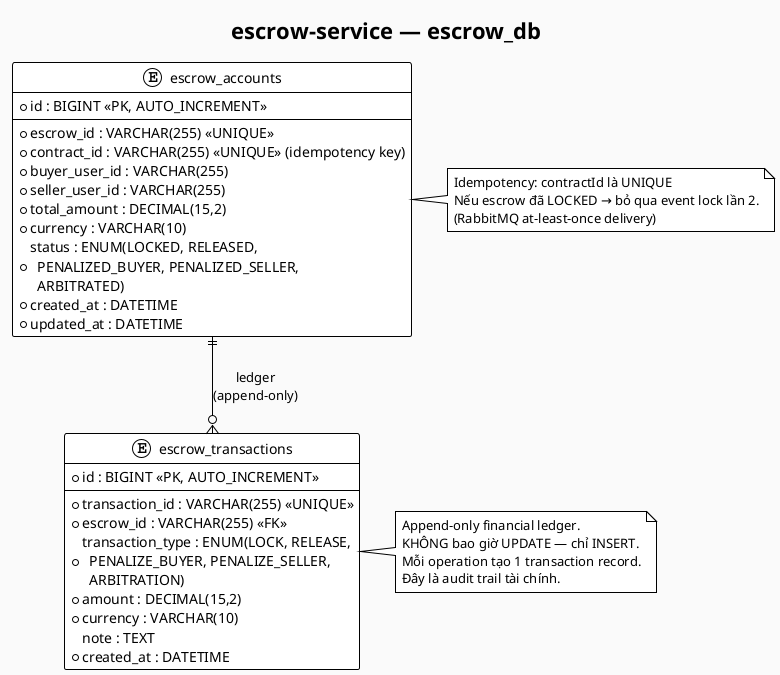
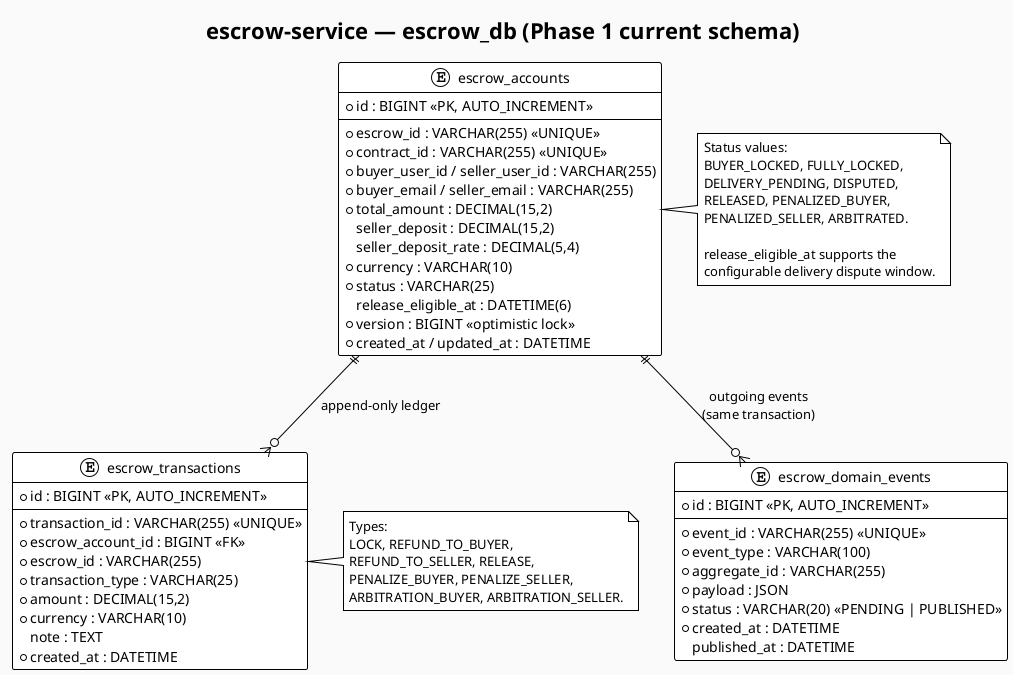
@startuml escrow_db Schema
!theme plain
skinparam backgroundColor #FAFAFA
- title escrow-service — escrow_db
+ title escrow-service — escrow_db (Phase 1 current schema)

entity "escrow_accounts" as EA {
    * id : BIGINT <<PK, AUTO_INCREMENT>>
    --
    * escrow_id : VARCHAR(255) <<UNIQUE>>
-     * contract_id : VARCHAR(255) <<UNIQUE>> (idempotency key)
-     * buyer_user_id : VARCHAR(255)
-     * seller_user_id : VARCHAR(255)
+     * contract_id : VARCHAR(255) <<UNIQUE>>
+     * buyer_user_id / seller_user_id : VARCHAR(255)
+     * buyer_email / seller_email : VARCHAR(255)
    * total_amount : DECIMAL(15,2)
+     seller_deposit : DECIMAL(15,2)
+     seller_deposit_rate : DECIMAL(5,4)
    * currency : VARCHAR(10)
-     * status : ENUM(LOCKED, RELEASED,\n  PENALIZED_BUYER, PENALIZED_SELLER,\n  ARBITRATED)
-     * created_at : DATETIME
-     * updated_at : DATETIME
+     * status : VARCHAR(25)
+     release_eligible_at : DATETIME(6)
+     * version : BIGINT <<optimistic lock>>
+     * created_at / updated_at : DATETIME
}

entity "escrow_transactions" as ET {
    * id : BIGINT <<PK, AUTO_INCREMENT>>
    --
    * transaction_id : VARCHAR(255) <<UNIQUE>>
-     * escrow_id : VARCHAR(255) <<FK>>
-     * transaction_type : ENUM(LOCK, RELEASE,\n  PENALIZE_BUYER, PENALIZE_SELLER,\n  ARBITRATION)
+     * escrow_account_id : BIGINT <<FK>>
+     * escrow_id : VARCHAR(255)
+     * transaction_type : VARCHAR(25)
    * amount : DECIMAL(15,2)
    * currency : VARCHAR(10)
    note : TEXT
    * created_at : DATETIME
}

- EA ||--o{ ET : "ledger\n(append-only)"
+ entity "escrow_domain_events" as OB {
+     * id : BIGINT <<PK, AUTO_INCREMENT>>
+     --
+     * event_id : VARCHAR(255) <<UNIQUE>>
+     * event_type : VARCHAR(100)
+     * aggregate_id : VARCHAR(255)
+     * payload : JSON
+     * status : VARCHAR(20) <<PENDING | PUBLISHED>>
+     * created_at : DATETIME
+     published_at : DATETIME
+ }
+ 
+ EA ||--o{ ET : "append-only ledger"
+ EA ||--o{ OB : "outgoing events\n(same transaction)"
+ 
+ note right of EA
+   Status values:
+   BUYER_LOCKED, FULLY_LOCKED,
+   DELIVERY_PENDING, DISPUTED,
+   RELEASED, PENALIZED_BUYER,
+   PENALIZED_SELLER, ARBITRATED.
+ 
+   release_eligible_at supports the
+   configurable delivery dispute window.
+ end note

note right of ET
-   Append-only financial ledger.
-   KHÔNG bao giờ UPDATE — chỉ INSERT.
-   Mỗi operation tạo 1 transaction record.
-   Đây là audit trail tài chính.
- end note
- 
- note right of EA
-   Idempotency: contractId là UNIQUE
-   Nếu escrow đã LOCKED → bỏ qua event lock lần 2.
-   (RabbitMQ at-least-once delivery)
+   Types:
+   LOCK, REFUND_TO_BUYER,
+   REFUND_TO_SELLER, RELEASE,
+   PENALIZE_BUYER, PENALIZE_SELLER,
+   ARBITRATION_BUYER, ARBITRATION_SELLER.
end note

@enduml
